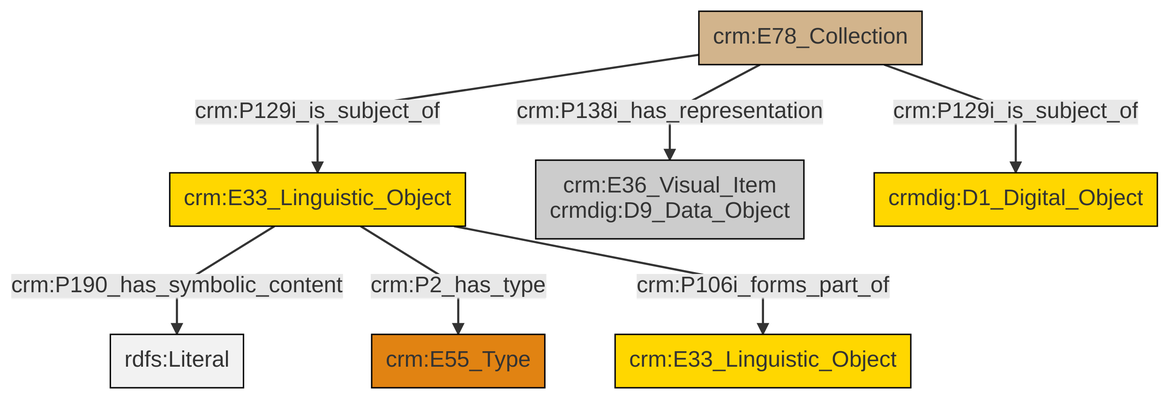
Before: et/archivalCSV/ttl/mmd/png/archival_docs.png, a diagram exported from Mermaid (swiss-art-research-net/docs.swissartresearch). Its source is kept beside it as et/archivalCSV/ttl/mmd/archival_docs.ttl.mmd.
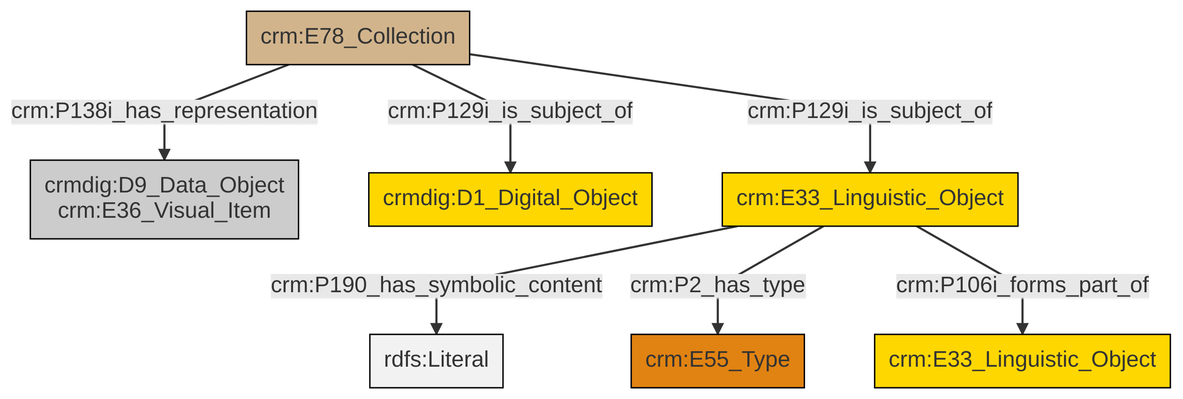
Later version of the same file.

Change to the diagram source:
```diff
@@ -13,9 +13,9 @@
 classDef PC_Classes fill:#4ce600, stroke:#000000;
 classDef Multi fill:#cccccc,stroke:#000000;
 
-4["crm:E78_Collection"]:::Physical_Thing -->|crm:P138i_has_representation| 5["crm:E36_Visual_Item<br>crmdig:D9_Data_Object"]:::Multi
-0["crm:E33_Linguistic_Object"]:::Conceptual_Object -->|crm:P190_has_symbolic_content| 8[rdfs:Literal]:::Literal
-0["crm:E33_Linguistic_Object"]:::Conceptual_Object -->|crm:P2_has_type| 2["crm:E55_Type"]:::Type
-0["crm:E33_Linguistic_Object"]:::Conceptual_Object -->|crm:P106i_forms_part_of| 6["crm:E33_Linguistic_Object"]:::Conceptual_Object
-4["crm:E78_Collection"]:::Physical_Thing -->|crm:P129i_is_subject_of| 0["crm:E33_Linguistic_Object"]:::Conceptual_Object
-4["crm:E78_Collection"]:::Physical_Thing -->|crm:P129i_is_subject_of| 9["crmdig:D1_Digital_Object"]:::Conceptual_Object
+2["crm:E78_Collection"]:::Physical_Thing -->|crm:P129i_is_subject_of| 9["crm:E33_Linguistic_Object"]:::Conceptual_Object
+2["crm:E78_Collection"]:::Physical_Thing -->|crm:P129i_is_subject_of| 6["crmdig:D1_Digital_Object"]:::Conceptual_Object
+9["crm:E33_Linguistic_Object"]:::Conceptual_Object -->|crm:P190_has_symbolic_content| 10[rdfs:Literal]:::Literal
+9["crm:E33_Linguistic_Object"]:::Conceptual_Object -->|crm:P2_has_type| 4["crm:E55_Type"]:::Type
+9["crm:E33_Linguistic_Object"]:::Conceptual_Object -->|crm:P106i_forms_part_of| 11["crm:E33_Linguistic_Object"]:::Conceptual_Object
+2["crm:E78_Collection"]:::Physical_Thing -->|crm:P138i_has_representation| 0["crmdig:D9_Data_Object<br>crm:E36_Visual_Item"]:::Multi
```
